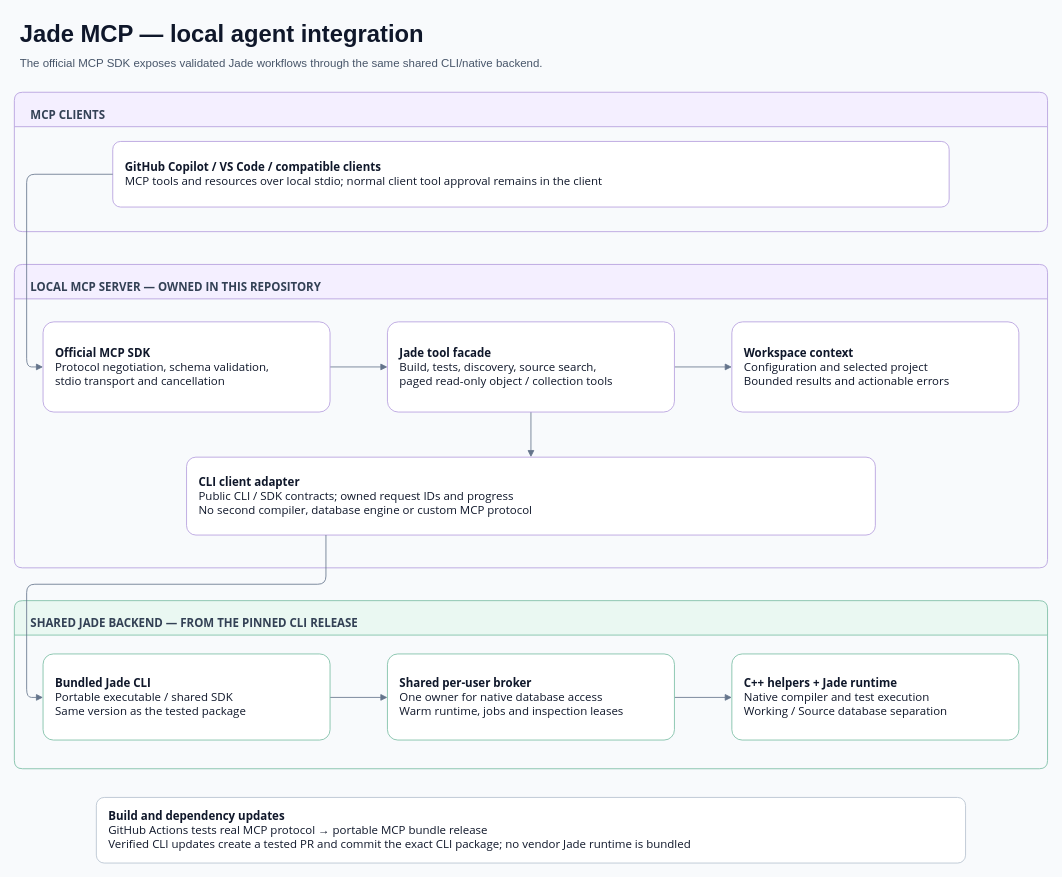
This is docs/architecture.drawio from darrenhull/Jade-Local-MCP, a draw.io file, before an edit. Source tidied: cells renumbered, new cells numbered last; positions are measured from the earlier drawing's top-left corner, leaving out a move shared by most shapes. Both pictures are drawn from the tidied source at 82%, with x=0, y=0 at pixel (14, 14).
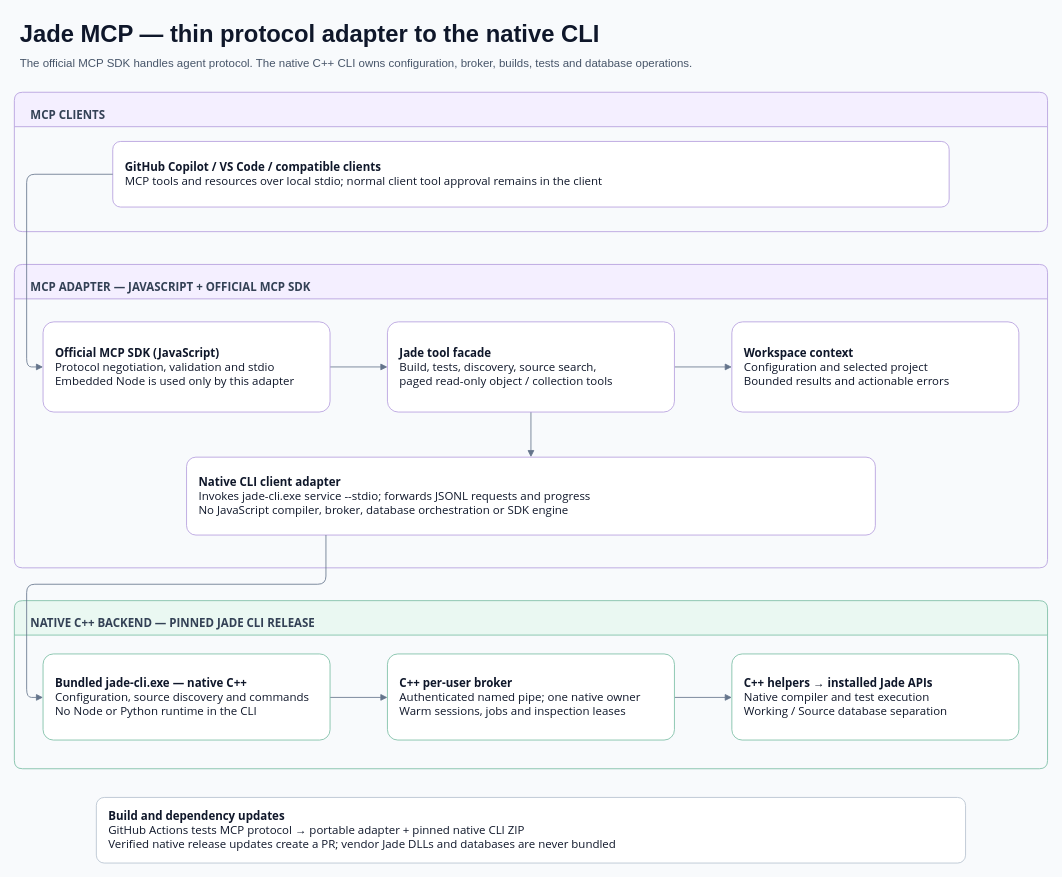
The same diagram, later.

What changed in the source:
```diff
@@
-    <mxCell id="2" value="Jade MCP — local agent integration" style="text;html=1;align=left;fontSize=29;fontStyle=1;fontColor=#0f172a;" parent="1" vertex="1">
+    <mxCell id="2" value="Jade MCP — thin protocol adapter to the native CLI" style="text;html=1;align=left;fontSize=29;fontStyle=1;fontColor=#0f172a;" parent="1" vertex="1">
       <mxGeometry x="5" width="1250" height="40" as="geometry" />
     </mxCell>
-    <mxCell id="3" value="The official MCP SDK exposes validated Jade workflows through the same shared CLI/native backend." style="text;html=1;align=left;fontSize=14;fontColor=#475569;" parent="1" vertex="1">
+    <mxCell id="3" value="The official MCP SDK handles agent protocol. The native C++ CLI owns configuration, broker, builds, tests and database operations." style="text;html=1;align=left;fontSize=14;fontColor=#475569;" parent="1" vertex="1">
       <mxGeometry x="5" y="45" width="1250" height="28" as="geometry" />
     </mxCell>
@@
-    <mxCell id="5" value="LOCAL MCP SERVER — OWNED IN THIS REPOSITORY" style="swimlane;startSize=42;horizontal=1;rounded=1;arcSize=8;html=1;verticalAlign=middle;align=left;spacingTop=14;spacingLeft=18;fontSize=14;fontStyle=1;fontColor=#334155;fillColor=#f4efff;strokeColor=#b49cdd;fontFamily=Segoe UI;" parent="1" vertex="1">
+    <mxCell id="5" value="MCP ADAPTER — JAVASCRIPT + OFFICIAL MCP SDK" style="swimlane;startSize=42;horizontal=1;rounded=1;arcSize=8;html=1;verticalAlign=middle;align=left;spacingTop=14;spacingLeft=18;fontSize=14;fontStyle=1;fontColor=#334155;fillColor=#f4efff;strokeColor=#b49cdd;fontFamily=Segoe UI;" parent="1" vertex="1">
       <mxGeometry y="305" width="1260" height="370" as="geometry" />
     </mxCell>
-    <mxCell id="6" value="SHARED JADE BACKEND — FROM THE PINNED CLI RELEASE" style="swimlane;startSize=42;horizontal=1;rounded=1;arcSize=8;html=1;verticalAlign=middle;align=left;spacingTop=14;spacingLeft=18;fontSize=14;fontStyle=1;fontColor=#334155;fillColor=#eaf8f2;strokeColor=#78bca2;fontFamily=Segoe UI;" parent="1" vertex="1">
+    <mxCell id="6" value="NATIVE C++ BACKEND — PINNED JADE CLI RELEASE" style="swimlane;startSize=42;horizontal=1;rounded=1;arcSize=8;html=1;verticalAlign=middle;align=left;spacingTop=14;spacingLeft=18;fontSize=14;fontStyle=1;fontColor=#334155;fillColor=#eaf8f2;strokeColor=#78bca2;fontFamily=Segoe UI;" parent="1" vertex="1">
       <mxGeometry y="715" width="1260" height="205" as="geometry" />
     </mxCell>
@@
-    <mxCell id="15" value="&lt;b&gt;Official MCP SDK&lt;/b&gt;&lt;br&gt;Protocol negotiation, schema validation,&lt;br&gt;stdio transport and cancellation" style="rounded=1;arcSize=12;html=1;whiteSpace=wrap;align=left;verticalAlign=middle;spacing=15;fontSize=14;fontColor=#0f172a;fillColor=#ffffff;strokeColor=#b49cdd;fontFamily=Segoe UI;" parent="5" vertex="1">
+    <mxCell id="15" value="&lt;b&gt;Official MCP SDK (JavaScript)&lt;/b&gt;&lt;br&gt;Protocol negotiation, validation and stdio&lt;br&gt;Embedded Node is used only by this adapter" style="rounded=1;arcSize=12;html=1;whiteSpace=wrap;align=left;verticalAlign=middle;spacing=15;fontSize=14;fontColor=#0f172a;fillColor=#ffffff;strokeColor=#b49cdd;fontFamily=Segoe UI;" parent="5" vertex="1">
       <mxGeometry x="35" y="70" width="350" height="110" as="geometry" />
     </mxCell>
@@
-    <mxCell id="18" value="&lt;b&gt;CLI client adapter&lt;/b&gt;&lt;br&gt;Public CLI / SDK contracts; owned request IDs and progress&lt;br&gt;No second compiler, database engine or custom MCP protocol" style="rounded=1;arcSize=12;html=1;whiteSpace=wrap;align=left;verticalAlign=middle;spacing=15;fontSize=14;fontColor=#0f172a;fillColor=#ffffff;strokeColor=#b49cdd;fontFamily=Segoe UI;" parent="5" vertex="1">
+    <mxCell id="18" value="&lt;b&gt;Native CLI client adapter&lt;/b&gt;&lt;br&gt;Invokes jade-cli.exe service --stdio; forwards JSONL requests and progress&lt;br&gt;No JavaScript compiler, broker, database orchestration or SDK engine" style="rounded=1;arcSize=12;html=1;whiteSpace=wrap;align=left;verticalAlign=middle;spacing=15;fontSize=14;fontColor=#0f172a;fillColor=#ffffff;strokeColor=#b49cdd;fontFamily=Segoe UI;" parent="5" vertex="1">
       <mxGeometry x="210" y="235" width="840" height="95" as="geometry" />
     </mxCell>
-    <mxCell id="19" value="&lt;b&gt;Bundled Jade CLI&lt;/b&gt;&lt;br&gt;Portable executable / shared SDK&lt;br&gt;Same version as the tested package" style="rounded=1;arcSize=12;html=1;whiteSpace=wrap;align=left;verticalAlign=middle;spacing=15;fontSize=14;fontColor=#0f172a;fillColor=#ffffff;strokeColor=#78bca2;fontFamily=Segoe UI;" parent="6" vertex="1">
+    <mxCell id="19" value="&lt;b&gt;Bundled jade-cli.exe — native C++&lt;/b&gt;&lt;br&gt;Configuration, source discovery and commands&lt;br&gt;No Node or Python runtime in the CLI" style="rounded=1;arcSize=12;html=1;whiteSpace=wrap;align=left;verticalAlign=middle;spacing=15;fontSize=14;fontColor=#0f172a;fillColor=#ffffff;strokeColor=#78bca2;fontFamily=Segoe UI;" parent="6" vertex="1">
       <mxGeometry x="35" y="65" width="350" height="105" as="geometry" />
     </mxCell>
-    <mxCell id="20" value="&lt;b&gt;Shared per-user broker&lt;/b&gt;&lt;br&gt;One owner for native database access&lt;br&gt;Warm runtime, jobs and inspection leases" style="rounded=1;arcSize=12;html=1;whiteSpace=wrap;align=left;verticalAlign=middle;spacing=15;fontSize=14;fontColor=#0f172a;fillColor=#ffffff;strokeColor=#78bca2;fontFamily=Segoe UI;" parent="6" vertex="1">
+    <mxCell id="20" value="&lt;b&gt;C++ per-user broker&lt;/b&gt;&lt;br&gt;Authenticated named pipe; one native owner&lt;br&gt;Warm sessions, jobs and inspection leases" style="rounded=1;arcSize=12;html=1;whiteSpace=wrap;align=left;verticalAlign=middle;spacing=15;fontSize=14;fontColor=#0f172a;fillColor=#ffffff;strokeColor=#78bca2;fontFamily=Segoe UI;" parent="6" vertex="1">
       <mxGeometry x="455" y="65" width="350" height="105" as="geometry" />
     </mxCell>
-    <mxCell id="21" value="&lt;b&gt;C++ helpers + Jade runtime&lt;/b&gt;&lt;br&gt;Native compiler and test execution&lt;br&gt;Working / Source database separation" style="rounded=1;arcSize=12;html=1;whiteSpace=wrap;align=left;verticalAlign=middle;spacing=15;fontSize=14;fontColor=#0f172a;fillColor=#ffffff;strokeColor=#78bca2;fontFamily=Segoe UI;" parent="6" vertex="1">
+    <mxCell id="21" value="&lt;b&gt;C++ helpers → installed Jade APIs&lt;/b&gt;&lt;br&gt;Native compiler and test execution&lt;br&gt;Working / Source database separation" style="rounded=1;arcSize=12;html=1;whiteSpace=wrap;align=left;verticalAlign=middle;spacing=15;fontSize=14;fontColor=#0f172a;fillColor=#ffffff;strokeColor=#78bca2;fontFamily=Segoe UI;" parent="6" vertex="1">
       <mxGeometry x="875" y="65" width="350" height="105" as="geometry" />
     </mxCell>
-    <mxCell id="22" value="&lt;b&gt;Build and dependency updates&lt;/b&gt;&lt;br&gt;GitHub Actions tests real MCP protocol → portable MCP bundle release&lt;br&gt;Verified CLI updates create a tested PR and commit the exact CLI package; no vendor Jade runtime is bundled" style="rounded=1;arcSize=12;html=1;whiteSpace=wrap;align=left;verticalAlign=middle;spacing=15;fontSize=14;fontColor=#0f172a;fillColor=#ffffff;strokeColor=#b5c1cf;fontFamily=Segoe UI;" parent="1" vertex="1">
+    <mxCell id="22" value="&lt;b&gt;Build and dependency updates&lt;/b&gt;&lt;br&gt;GitHub Actions tests MCP protocol → portable adapter + pinned native CLI ZIP&lt;br&gt;Verified native release updates create a PR; vendor Jade DLLs and databases are never bundled" style="rounded=1;arcSize=12;html=1;whiteSpace=wrap;align=left;verticalAlign=middle;spacing=15;fontSize=14;fontColor=#0f172a;fillColor=#ffffff;strokeColor=#b5c1cf;fontFamily=Segoe UI;" parent="1" vertex="1">
       <mxGeometry x="100" y="955" width="1060" height="80" as="geometry" />
     </mxCell>
```
